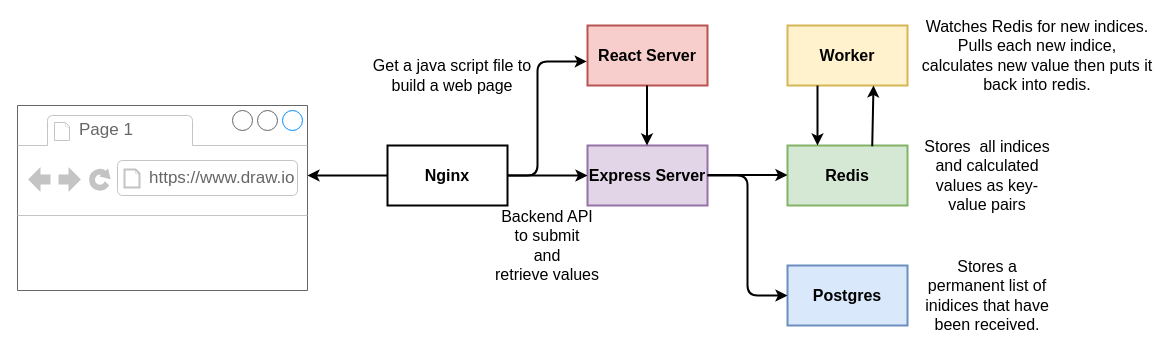
Above: page "App Architecture Development" (2 of 3) of diagrams/diagrams.drawio in igorya7v/107-fibonacci-multi-container (draw.io), before the change. Source tidied: cells renumbered, new cells numbered last; positions are measured from the earlier drawing's top-left corner, leaving out a move shared by most shapes. Both pictures are drawn from the tidied source at 100%, with x=0, y=0 at pixel (17, 25).
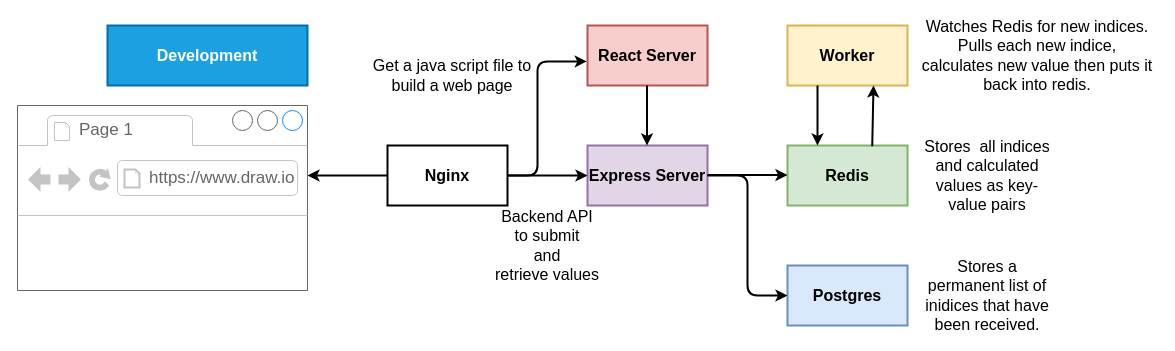
After the change.

Diff of the diagram source:
```diff
@@
+    <mxCell id="24" value="Development" style="rounded=0;whiteSpace=wrap;html=1;strokeWidth=2;fontStyle=1;fontSize=16;fillColor=#1ba1e2;strokeColor=#006EAF;fontColor=#ffffff;" parent="1" vertex="1">
+      <mxGeometry x="90" width="200" height="60" as="geometry" />
+    </mxCell>
```
